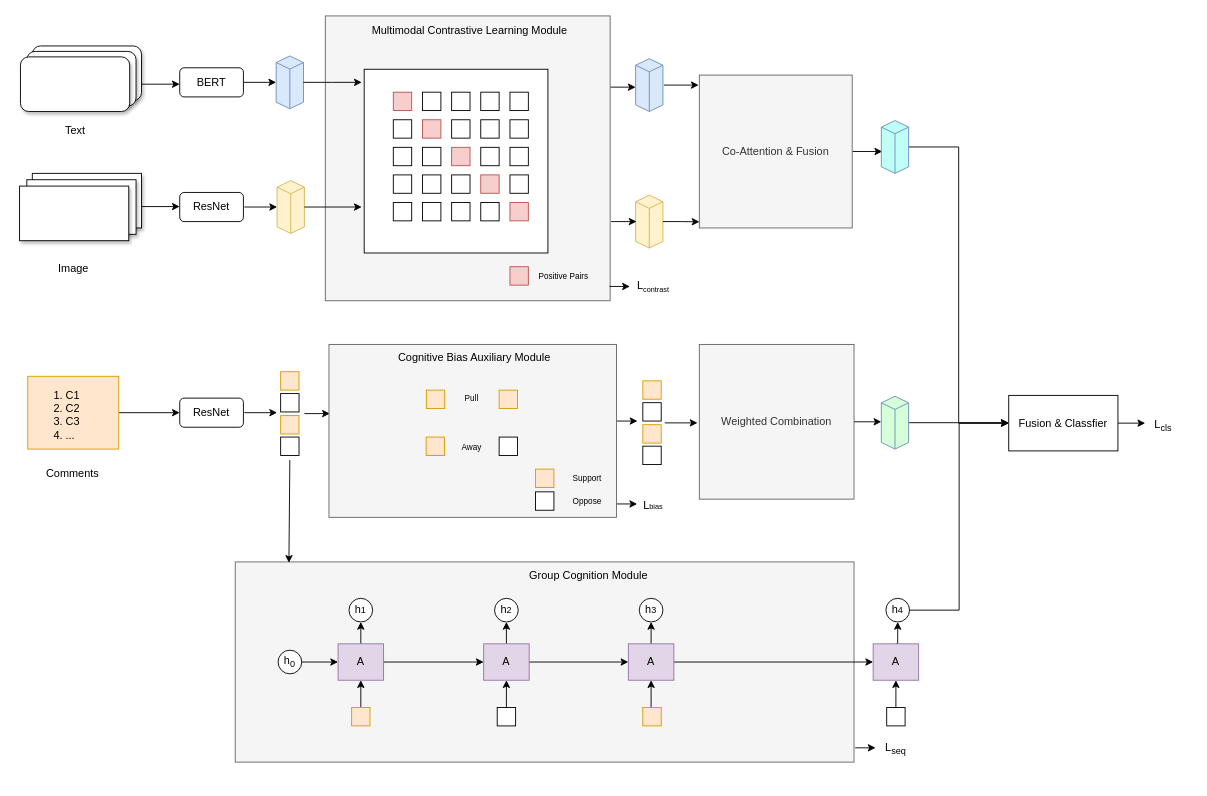
Above: FEND.drawio in mjydear/mjydear.github.io (draw.io), before the change. Source tidied: cells renumbered, new cells numbered last; positions are measured from the earlier drawing's top-left corner, leaving out a move shared by most shapes. Both pictures are drawn from the tidied source at 91%, with x=0, y=0 at pixel (19, 15).
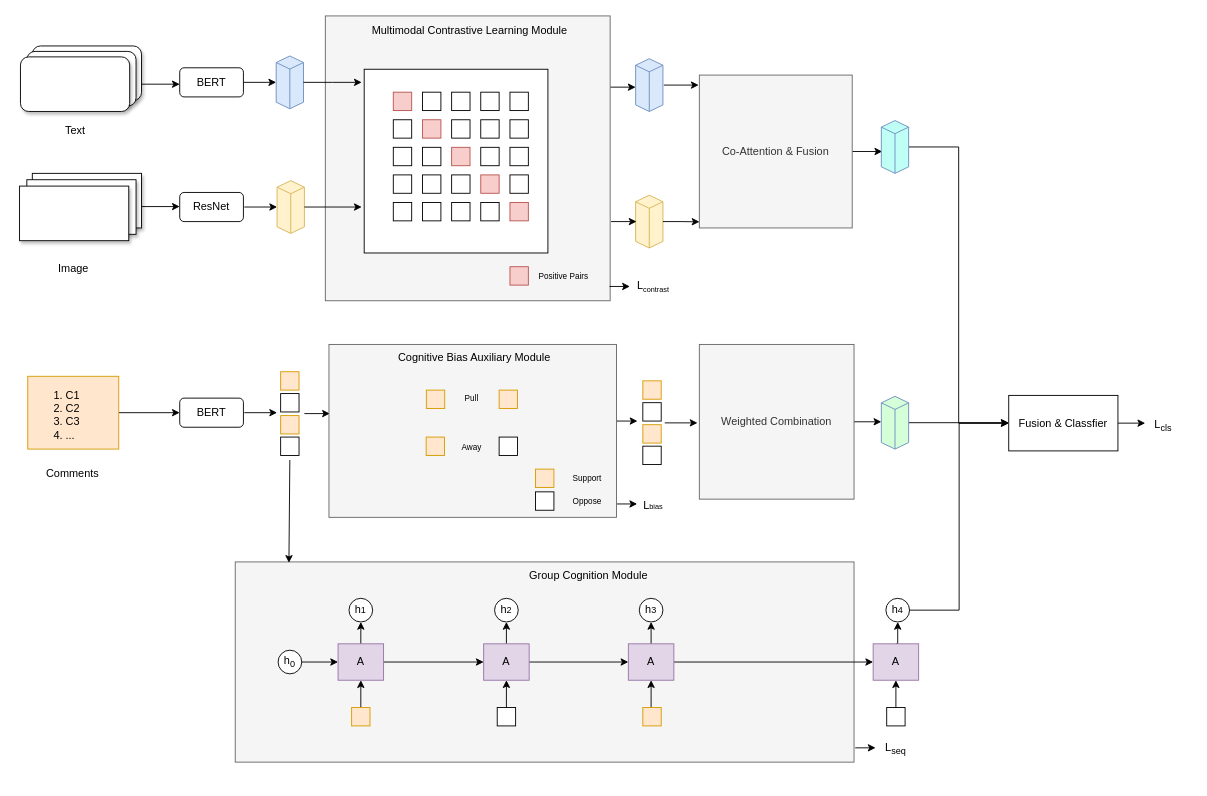
The same page after the edit.

The edit, as a diff of the source:
```diff
@@
-    <mxCell id="65" value="ResNet" style="rounded=1;whiteSpace=wrap;html=1;" parent="1" vertex="1">
+    <mxCell id="65" value="BERT" style="rounded=1;whiteSpace=wrap;html=1;" parent="1" vertex="1">
       <mxGeometry x="176" y="420" width="70" height="32" as="geometry" />
     </mxCell>
```
